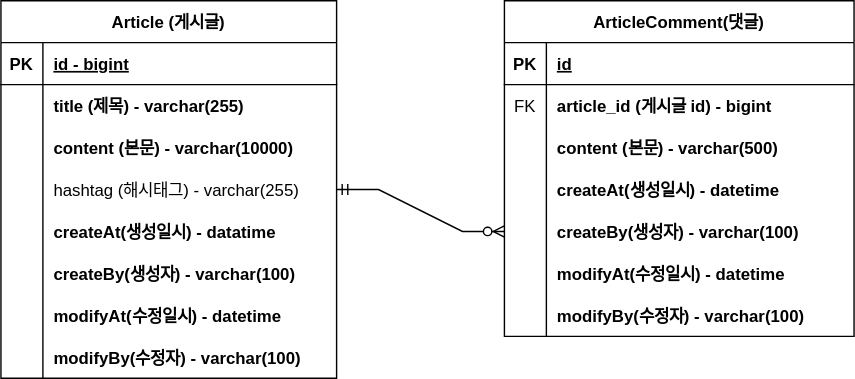
The draw.io diagram document/project-board-erd.drawio.svg in cycy6031/fastcampus-project-board, before a commit. Source tidied: cells renumbered, new cells last; positions are measured from the earlier drawing's top-left corner, leaving out a move shared by most shapes.
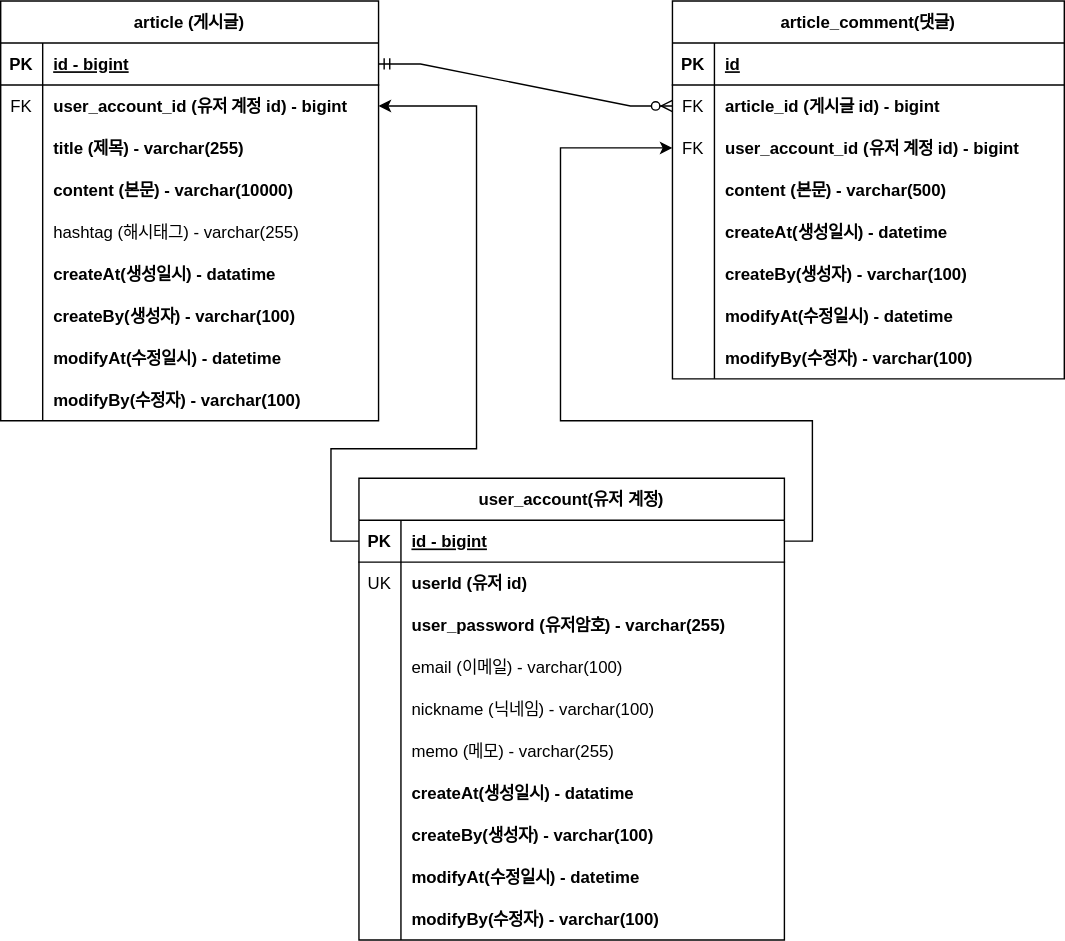
After the change.

Commit message:
# - 회원 계정 도메인 구현 및 erd 반영

The edit, as a diff of the source:
```diff
@@ -4,7 +4,7 @@
     <mxCell id="1" parent="0" />
-    <mxCell id="2" value="Article (게시글)" style="shape=table;startSize=30;rowLines=0;fontStyle=1;align=center;" parent="1" vertex="1">
-      <mxGeometry width="240" height="270" as="geometry" />
+    <mxCell id="2" value="article (게시글)" style="shape=table;startSize=30;rowLines=0;fontStyle=1;align=center;" parent="1" vertex="1">
+      <mxGeometry x="-60" width="270" height="300" as="geometry" />
     </mxCell>
     <mxCell id="3" style="shape=partialRectangle;fillColor=none;points=[[0,0.5],[1,0.5]];portConstraint=eastwest;top=0;left=0;right=0;bottom=1;" parent="2" vertex="1">
-      <mxGeometry y="30" width="240" height="30" as="geometry" />
+      <mxGeometry y="30" width="270" height="30" as="geometry" />
     </mxCell>
@@ -14,15 +14,24 @@
     <mxCell id="5" value="id - bigint" style="shape=partialRectangle;overflow=hidden;fillColor=none;top=0;left=0;bottom=0;right=0;align=left;spacingLeft=6;fontStyle=5;" parent="3" vertex="1">
-      <mxGeometry x="30" width="210" height="30" as="geometry" />
+      <mxGeometry x="30" width="240" height="30" as="geometry" />
     </mxCell>
     <mxCell id="6" style="shape=partialRectangle;fillColor=none;points=[[0,0.5],[1,0.5]];portConstraint=eastwest;top=0;left=0;right=0;bottom=0;" parent="2" vertex="1">
-      <mxGeometry y="60" width="240" height="30" as="geometry" />
+      <mxGeometry y="60" width="270" height="30" as="geometry" />
     </mxCell>
-    <mxCell id="7" style="shape=partialRectangle;overflow=hidden;fillColor=none;top=0;left=0;bottom=0;right=0;" parent="6" vertex="1">
+    <mxCell id="7" value="FK" style="shape=partialRectangle;overflow=hidden;fillColor=none;top=0;left=0;bottom=0;right=0;" parent="6" vertex="1">
       <mxGeometry width="30" height="30" as="geometry" />
     </mxCell>
-    <mxCell id="8" value="title (제목) - varchar(255)" style="shape=partialRectangle;overflow=hidden;fillColor=none;top=0;left=0;bottom=0;right=0;align=left;spacingLeft=6;fontStyle=1;" parent="6" vertex="1">
-      <mxGeometry x="30" width="210" height="30" as="geometry" />
+    <mxCell id="8" value="user_account_id (유저 계정 id) - bigint" style="shape=partialRectangle;overflow=hidden;fillColor=none;top=0;left=0;bottom=0;right=0;align=left;spacingLeft=6;fontStyle=1;" parent="6" vertex="1">
+      <mxGeometry x="30" width="240" height="30" as="geometry" />
     </mxCell>
+    <mxCell id="50" style="shape=partialRectangle;fillColor=none;top=0;left=0;right=0;bottom=0;" parent="2" vertex="1">
+      <mxGeometry y="90" width="270" height="30" as="geometry" />
+    </mxCell>
+    <mxCell id="51" style="shape=partialRectangle;overflow=hidden;fillColor=none;top=0;left=0;bottom=0;right=0;" parent="50" vertex="1">
+      <mxGeometry width="30" height="30" as="geometry" />
+    </mxCell>
+    <mxCell id="52" value="title (제목) - varchar(255)" style="shape=partialRectangle;overflow=hidden;fillColor=none;top=0;left=0;bottom=0;right=0;align=left;spacingLeft=6;fontStyle=1;" parent="50" vertex="1">
+      <mxGeometry x="30" width="240" height="30" as="geometry" />
+    </mxCell>
     <mxCell id="9" style="shape=partialRectangle;fillColor=none;top=0;left=0;right=0;bottom=0;" parent="2" vertex="1">
-      <mxGeometry y="90" width="240" height="30" as="geometry" />
+      <mxGeometry y="120" width="270" height="30" as="geometry" />
     </mxCell>
@@ -32,6 +41,6 @@
     <mxCell id="11" value="content (본문) - varchar(10000)" style="shape=partialRectangle;overflow=hidden;fillColor=none;top=0;left=0;bottom=0;right=0;align=left;spacingLeft=6;fontStyle=1;" parent="9" vertex="1">
-      <mxGeometry x="30" width="210" height="30" as="geometry" />
+      <mxGeometry x="30" width="240" height="30" as="geometry" />
     </mxCell>
     <mxCell id="12" style="shape=partialRectangle;fillColor=none;points=[[0,0.5],[1,0.5]];portConstraint=eastwest;top=0;left=0;right=0;bottom=0;" parent="2" vertex="1">
-      <mxGeometry y="120" width="240" height="30" as="geometry" />
+      <mxGeometry y="150" width="270" height="30" as="geometry" />
     </mxCell>
@@ -41,6 +50,6 @@
     <mxCell id="14" value="hashtag (해시태그) - varchar(255)" style="shape=partialRectangle;overflow=hidden;fillColor=none;top=0;left=0;bottom=0;right=0;align=left;spacingLeft=6;" parent="12" vertex="1">
-      <mxGeometry x="30" width="210" height="30" as="geometry" />
+      <mxGeometry x="30" width="240" height="30" as="geometry" />
     </mxCell>
     <mxCell id="15" style="shape=partialRectangle;fillColor=none;top=0;left=0;right=0;bottom=0;" parent="2" vertex="1">
-      <mxGeometry y="150" width="240" height="30" as="geometry" />
+      <mxGeometry y="180" width="270" height="30" as="geometry" />
     </mxCell>
@@ -50,6 +59,6 @@
     <mxCell id="17" value="createAt(생성일시) - datatime" style="shape=partialRectangle;overflow=hidden;fillColor=none;top=0;left=0;bottom=0;right=0;align=left;spacingLeft=6;fontStyle=1;" parent="15" vertex="1">
-      <mxGeometry x="30" width="210" height="30" as="geometry" />
+      <mxGeometry x="30" width="240" height="30" as="geometry" />
     </mxCell>
     <mxCell id="18" style="shape=partialRectangle;fillColor=none;top=0;left=0;right=0;bottom=0;" parent="2" vertex="1">
-      <mxGeometry y="180" width="240" height="30" as="geometry" />
+      <mxGeometry y="210" width="270" height="30" as="geometry" />
     </mxCell>
@@ -59,6 +68,6 @@
     <mxCell id="20" value="createBy(생성자) - varchar(100)" style="shape=partialRectangle;overflow=hidden;fillColor=none;top=0;left=0;bottom=0;right=0;align=left;spacingLeft=6;fontStyle=1;" parent="18" vertex="1">
-      <mxGeometry x="30" width="210" height="30" as="geometry" />
+      <mxGeometry x="30" width="240" height="30" as="geometry" />
     </mxCell>
     <mxCell id="21" style="shape=partialRectangle;fillColor=none;top=0;left=0;right=0;bottom=0;" parent="2" vertex="1">
-      <mxGeometry y="210" width="240" height="30" as="geometry" />
+      <mxGeometry y="240" width="270" height="30" as="geometry" />
     </mxCell>
@@ -68,6 +77,6 @@
     <mxCell id="23" value="modifyAt(수정일시) - datetime" style="shape=partialRectangle;overflow=hidden;fillColor=none;top=0;left=0;bottom=0;right=0;align=left;spacingLeft=6;fontStyle=1;" parent="21" vertex="1">
-      <mxGeometry x="30" width="210" height="30" as="geometry" />
+      <mxGeometry x="30" width="240" height="30" as="geometry" />
     </mxCell>
     <mxCell id="24" style="shape=partialRectangle;fillColor=none;top=0;left=0;right=0;bottom=0;" parent="2" vertex="1">
-      <mxGeometry y="240" width="240" height="30" as="geometry" />
+      <mxGeometry y="270" width="270" height="30" as="geometry" />
     </mxCell>
@@ -77,9 +86,9 @@
     <mxCell id="26" value="modifyBy(수정자) - varchar(100)" style="shape=partialRectangle;overflow=hidden;fillColor=none;top=0;left=0;bottom=0;right=0;align=left;spacingLeft=6;fontStyle=1;" parent="24" vertex="1">
-      <mxGeometry x="30" width="210" height="30" as="geometry" />
+      <mxGeometry x="30" width="240" height="30" as="geometry" />
     </mxCell>
-    <mxCell id="27" value="ArticleComment(댓글)" style="shape=table;startSize=30;rowLines=0;fontStyle=1;align=center;" parent="1" vertex="1">
-      <mxGeometry x="360" width="250" height="240" as="geometry" />
+    <mxCell id="27" value="article_comment(댓글)" style="shape=table;startSize=30;rowLines=0;fontStyle=1;align=center;" parent="1" vertex="1">
+      <mxGeometry x="420" width="280" height="270" as="geometry" />
     </mxCell>
     <mxCell id="28" style="shape=partialRectangle;fillColor=none;top=0;left=0;right=0;bottom=1;" parent="27" vertex="1">
-      <mxGeometry y="30" width="250" height="30" as="geometry" />
+      <mxGeometry y="30" width="280" height="30" as="geometry" />
     </mxCell>
@@ -89,6 +98,6 @@
     <mxCell id="30" value="id" style="shape=partialRectangle;overflow=hidden;fillColor=none;top=0;left=0;bottom=0;right=0;align=left;spacingLeft=6;fontStyle=5;" parent="28" vertex="1">
-      <mxGeometry x="30" width="220" height="30" as="geometry" />
+      <mxGeometry x="30" width="250" height="30" as="geometry" />
     </mxCell>
     <mxCell id="31" style="shape=partialRectangle;fillColor=none;points=[[0,0.5],[1,0.5]];portConstraint=eastwest;top=0;left=0;right=0;bottom=0;" parent="27" vertex="1">
-      <mxGeometry y="60" width="250" height="30" as="geometry" />
+      <mxGeometry y="60" width="280" height="30" as="geometry" />
     </mxCell>
@@ -98,6 +107,15 @@
     <mxCell id="33" value="article_id (게시글 id) - bigint" style="shape=partialRectangle;overflow=hidden;fillColor=none;top=0;left=0;bottom=0;right=0;align=left;spacingLeft=6;fontStyle=1;" parent="31" vertex="1">
-      <mxGeometry x="30" width="220" height="30" as="geometry" />
+      <mxGeometry x="30" width="250" height="30" as="geometry" />
     </mxCell>
+    <mxCell id="53" style="shape=partialRectangle;fillColor=none;points=[[0,0.5],[1,0.5]];portConstraint=eastwest;top=0;left=0;right=0;bottom=0;" parent="27" vertex="1">
+      <mxGeometry y="90" width="280" height="30" as="geometry" />
+    </mxCell>
+    <mxCell id="54" value="FK" style="shape=partialRectangle;overflow=hidden;fillColor=none;top=0;left=0;bottom=0;right=0;" parent="53" vertex="1">
+      <mxGeometry width="30" height="30" as="geometry" />
+    </mxCell>
+    <mxCell id="55" value="user_account_id (유저 계정 id) - bigint" style="shape=partialRectangle;overflow=hidden;fillColor=none;top=0;left=0;bottom=0;right=0;align=left;spacingLeft=6;fontStyle=1;" parent="53" vertex="1">
+      <mxGeometry x="30" width="250" height="30" as="geometry" />
+    </mxCell>
     <mxCell id="34" style="shape=partialRectangle;fillColor=none;top=0;left=0;right=0;bottom=0;" parent="27" vertex="1">
-      <mxGeometry y="90" width="250" height="30" as="geometry" />
+      <mxGeometry y="120" width="280" height="30" as="geometry" />
     </mxCell>
@@ -107,6 +125,6 @@
     <mxCell id="36" value="content (본문) - varchar(500)" style="shape=partialRectangle;overflow=hidden;fillColor=none;top=0;left=0;bottom=0;right=0;align=left;spacingLeft=6;fontStyle=1;" parent="34" vertex="1">
-      <mxGeometry x="30" width="220" height="30" as="geometry" />
+      <mxGeometry x="30" width="250" height="30" as="geometry" />
     </mxCell>
     <mxCell id="37" style="shape=partialRectangle;fillColor=none;top=0;left=0;right=0;bottom=0;" parent="27" vertex="1">
-      <mxGeometry y="120" width="250" height="30" as="geometry" />
+      <mxGeometry y="150" width="280" height="30" as="geometry" />
     </mxCell>
@@ -116,6 +134,6 @@
     <mxCell id="39" value="createAt(생성일시) - datetime" style="shape=partialRectangle;overflow=hidden;fillColor=none;top=0;left=0;bottom=0;right=0;align=left;spacingLeft=6;fontStyle=1;" parent="37" vertex="1">
-      <mxGeometry x="30" width="220" height="30" as="geometry" />
+      <mxGeometry x="30" width="250" height="30" as="geometry" />
     </mxCell>
     <mxCell id="40" style="shape=partialRectangle;fillColor=none;points=[[0,0.5],[1,0.5]];portConstraint=eastwest;top=0;left=0;right=0;bottom=0;" parent="27" vertex="1">
-      <mxGeometry y="150" width="250" height="30" as="geometry" />
+      <mxGeometry y="180" width="280" height="30" as="geometry" />
     </mxCell>
@@ -125,6 +143,6 @@
     <mxCell id="42" value="createBy(생성자) - varchar(100)" style="shape=partialRectangle;overflow=hidden;fillColor=none;top=0;left=0;bottom=0;right=0;align=left;spacingLeft=6;fontStyle=1;" parent="40" vertex="1">
-      <mxGeometry x="30" width="220" height="30" as="geometry" />
+      <mxGeometry x="30" width="250" height="30" as="geometry" />
     </mxCell>
     <mxCell id="43" style="shape=partialRectangle;fillColor=none;top=0;left=0;right=0;bottom=0;" parent="27" vertex="1">
-      <mxGeometry y="180" width="250" height="30" as="geometry" />
+      <mxGeometry y="210" width="280" height="30" as="geometry" />
     </mxCell>
@@ -134,6 +152,6 @@
     <mxCell id="45" value="modifyAt(수정일시) - datetime" style="shape=partialRectangle;overflow=hidden;fillColor=none;top=0;left=0;bottom=0;right=0;align=left;spacingLeft=6;fontStyle=1;" parent="43" vertex="1">
-      <mxGeometry x="30" width="220" height="30" as="geometry" />
+      <mxGeometry x="30" width="250" height="30" as="geometry" />
     </mxCell>
     <mxCell id="46" style="shape=partialRectangle;fillColor=none;top=0;left=0;right=0;bottom=0;" parent="27" vertex="1">
-      <mxGeometry y="210" width="250" height="30" as="geometry" />
+      <mxGeometry y="240" width="280" height="30" as="geometry" />
     </mxCell>
@@ -143,7 +161,120 @@
     <mxCell id="48" value="modifyBy(수정자) - varchar(100)" style="shape=partialRectangle;overflow=hidden;fillColor=none;top=0;left=0;bottom=0;right=0;align=left;spacingLeft=6;fontStyle=1;" parent="46" vertex="1">
-      <mxGeometry x="30" width="220" height="30" as="geometry" />
+      <mxGeometry x="30" width="250" height="30" as="geometry" />
     </mxCell>
-    <mxCell id="49" style="edgeStyle=entityRelationEdgeStyle;fontSize=12;html=1;endArrow=ERzeroToMany;startArrow=ERmandOne;rounded=0;exitX=1;exitY=0.5;exitDx=0;exitDy=0;entryX=0;entryY=0.5;entryDx=0;entryDy=0;" parent="1" edge="1" source="12" target="40">
+    <mxCell id="49" style="edgeStyle=entityRelationEdgeStyle;fontSize=12;html=1;endArrow=ERzeroToMany;startArrow=ERmandOne;rounded=0;exitX=1;exitY=0.5;exitDx=0;exitDy=0;entryX=0;entryY=0.5;entryDx=0;entryDy=0;" parent="1" edge="1" source="3" target="31">
       <mxGeometry relative="1" as="geometry" />
     </mxCell>
+    <mxCell id="56" value="user_account(유저 계정)" style="shape=table;startSize=30;rowLines=0;fontStyle=1;align=center;" parent="1" vertex="1">
+      <mxGeometry x="196" y="341" width="304" height="330" as="geometry" />
+    </mxCell>
+    <mxCell id="57" style="shape=partialRectangle;fillColor=none;points=[[0,0.5],[1,0.5]];portConstraint=eastwest;top=0;left=0;right=0;bottom=1;" parent="56" vertex="1">
+      <mxGeometry y="30" width="304" height="30" as="geometry" />
+    </mxCell>
+    <mxCell id="58" value="PK" style="shape=partialRectangle;overflow=hidden;fillColor=none;top=0;left=0;bottom=0;right=0;fontStyle=1;" parent="57" vertex="1">
+      <mxGeometry width="30" height="30" as="geometry" />
+    </mxCell>
+    <mxCell id="59" value="id - bigint" style="shape=partialRectangle;overflow=hidden;fillColor=none;top=0;left=0;bottom=0;right=0;align=left;spacingLeft=6;fontStyle=5;" parent="57" vertex="1">
+      <mxGeometry x="30" width="274" height="30" as="geometry" />
+    </mxCell>
+    <mxCell id="60" style="shape=partialRectangle;fillColor=none;top=0;left=0;right=0;bottom=0;" parent="56" vertex="1">
+      <mxGeometry y="60" width="304" height="30" as="geometry" />
+    </mxCell>
+    <mxCell id="61" value="UK" style="shape=partialRectangle;overflow=hidden;fillColor=none;top=0;left=0;bottom=0;right=0;" parent="60" vertex="1">
+      <mxGeometry width="30" height="30" as="geometry" />
+    </mxCell>
+    <mxCell id="62" value="userId (유저 id)" style="shape=partialRectangle;overflow=hidden;fillColor=none;top=0;left=0;bottom=0;right=0;align=left;spacingLeft=6;fontStyle=1;" parent="60" vertex="1">
+      <mxGeometry x="30" width="274" height="30" as="geometry" />
+    </mxCell>
+    <mxCell id="63" style="shape=partialRectangle;fillColor=none;top=0;left=0;right=0;bottom=0;" parent="56" vertex="1">
+      <mxGeometry y="90" width="304" height="30" as="geometry" />
+    </mxCell>
+    <mxCell id="64" style="shape=partialRectangle;overflow=hidden;fillColor=none;top=0;left=0;bottom=0;right=0;" parent="63" vertex="1">
+      <mxGeometry width="30" height="30" as="geometry" />
+    </mxCell>
+    <mxCell id="65" value="user_password (유저암호) - varchar(255)" style="shape=partialRectangle;overflow=hidden;fillColor=none;top=0;left=0;bottom=0;right=0;align=left;spacingLeft=6;fontStyle=1;" parent="63" vertex="1">
+      <mxGeometry x="30" width="274" height="30" as="geometry" />
+    </mxCell>
+    <mxCell id="66" style="shape=partialRectangle;fillColor=none;top=0;left=0;right=0;bottom=0;" parent="56" vertex="1">
+      <mxGeometry y="120" width="304" height="30" as="geometry" />
+    </mxCell>
+    <mxCell id="67" style="shape=partialRectangle;overflow=hidden;fillColor=none;top=0;left=0;bottom=0;right=0;" parent="66" vertex="1">
+      <mxGeometry width="30" height="30" as="geometry" />
+    </mxCell>
+    <mxCell id="68" value="email (이메일) - varchar(100)" style="shape=partialRectangle;overflow=hidden;fillColor=none;top=0;left=0;bottom=0;right=0;align=left;spacingLeft=6;fontStyle=0;" parent="66" vertex="1">
+      <mxGeometry x="30" width="274" height="30" as="geometry" />
+    </mxCell>
+    <mxCell id="69" style="shape=partialRectangle;fillColor=none;top=0;left=0;right=0;bottom=0;" parent="56" vertex="1">
+      <mxGeometry y="150" width="304" height="30" as="geometry" />
+    </mxCell>
+    <mxCell id="70" value="&#10;" style="shape=partialRectangle;overflow=hidden;fillColor=none;top=0;left=0;bottom=0;right=0;" parent="69" vertex="1">
+      <mxGeometry width="30" height="30" as="geometry" />
+    </mxCell>
+    <mxCell id="71" value="nickname (닉네임) - varchar(100)" style="shape=partialRectangle;overflow=hidden;fillColor=none;top=0;left=0;bottom=0;right=0;align=left;spacingLeft=6;fontStyle=0;" parent="69" vertex="1">
+      <mxGeometry x="30" width="274" height="30" as="geometry" />
+    </mxCell>
+    <mxCell id="72" style="shape=partialRectangle;fillColor=none;top=0;left=0;right=0;bottom=0;" parent="56" vertex="1">
+      <mxGeometry y="180" width="304" height="30" as="geometry" />
+    </mxCell>
+    <mxCell id="73" value="&#10;" style="shape=partialRectangle;overflow=hidden;fillColor=none;top=0;left=0;bottom=0;right=0;" parent="72" vertex="1">
+      <mxGeometry width="30" height="30" as="geometry" />
+    </mxCell>
+    <mxCell id="74" value="memo (메모) - varchar(255)" style="shape=partialRectangle;overflow=hidden;fillColor=none;top=0;left=0;bottom=0;right=0;align=left;spacingLeft=6;" parent="72" vertex="1">
+      <mxGeometry x="30" width="274" height="30" as="geometry" />
+    </mxCell>
+    <mxCell id="75" style="shape=partialRectangle;fillColor=none;top=0;left=0;right=0;bottom=0;" parent="56" vertex="1">
+      <mxGeometry y="210" width="304" height="30" as="geometry" />
+    </mxCell>
+    <mxCell id="76" value="&#10;" style="shape=partialRectangle;overflow=hidden;fillColor=none;top=0;left=0;bottom=0;right=0;" parent="75" vertex="1">
+      <mxGeometry width="30" height="30" as="geometry" />
+    </mxCell>
+    <mxCell id="77" value="createAt(생성일시) - datatime" style="shape=partialRectangle;overflow=hidden;fillColor=none;top=0;left=0;bottom=0;right=0;align=left;spacingLeft=6;fontStyle=1;" parent="75" vertex="1">
+      <mxGeometry x="30" width="274" height="30" as="geometry" />
+    </mxCell>
+    <mxCell id="78" style="shape=partialRectangle;fillColor=none;top=0;left=0;right=0;bottom=0;" parent="56" vertex="1">
+      <mxGeometry y="240" width="304" height="30" as="geometry" />
+    </mxCell>
+    <mxCell id="79" value="&#10;" style="shape=partialRectangle;overflow=hidden;fillColor=none;top=0;left=0;bottom=0;right=0;" parent="78" vertex="1">
+      <mxGeometry width="30" height="30" as="geometry" />
+    </mxCell>
+    <mxCell id="80" value="createBy(생성자) - varchar(100)" style="shape=partialRectangle;overflow=hidden;fillColor=none;top=0;left=0;bottom=0;right=0;align=left;spacingLeft=6;fontStyle=1;" parent="78" vertex="1">
+      <mxGeometry x="30" width="274" height="30" as="geometry" />
+    </mxCell>
+    <mxCell id="81" style="shape=partialRectangle;fillColor=none;top=0;left=0;right=0;bottom=0;" parent="56" vertex="1">
+      <mxGeometry y="270" width="304" height="30" as="geometry" />
+    </mxCell>
+    <mxCell id="82" value="   &#10;" style="shape=partialRectangle;overflow=hidden;fillColor=none;top=0;left=0;bottom=0;right=0;" parent="81" vertex="1">
+      <mxGeometry width="30" height="30" as="geometry" />
+    </mxCell>
+    <mxCell id="83" value="modifyAt(수정일시) - datetime" style="shape=partialRectangle;overflow=hidden;fillColor=none;top=0;left=0;bottom=0;right=0;align=left;spacingLeft=6;fontStyle=1;" parent="81" vertex="1">
+      <mxGeometry x="30" width="274" height="30" as="geometry" />
+    </mxCell>
+    <mxCell id="84" style="shape=partialRectangle;fillColor=none;top=0;left=0;right=0;bottom=0;" parent="56" vertex="1">
+      <mxGeometry y="300" width="304" height="30" as="geometry" />
+    </mxCell>
+    <mxCell id="85" value="   &#10;" style="shape=partialRectangle;overflow=hidden;fillColor=none;top=0;left=0;bottom=0;right=0;" parent="84" vertex="1">
+      <mxGeometry width="30" height="30" as="geometry" />
+    </mxCell>
+    <mxCell id="86" value="modifyBy(수정자) - varchar(100)" style="shape=partialRectangle;overflow=hidden;fillColor=none;top=0;left=0;bottom=0;right=0;align=left;spacingLeft=6;fontStyle=1;" parent="84" vertex="1">
+      <mxGeometry x="30" width="274" height="30" as="geometry" />
+    </mxCell>
+    <mxCell id="87" style="edgeStyle=orthogonalEdgeStyle;rounded=0;jettySize=auto;html=1;exitX=0;exitY=0.5;exitDx=0;exitDy=0;entryX=1;entryY=0.5;entryDx=0;entryDy=0;" parent="1" edge="1" source="57" target="6">
+      <mxGeometry relative="1" as="geometry">
+        <Array as="points">
+          <mxPoint x="176" y="386" />
+          <mxPoint x="176" y="320" />
+          <mxPoint x="280" y="320" />
+          <mxPoint x="280" y="75" />
+        </Array>
+      </mxGeometry>
+    </mxCell>
+    <mxCell id="88" style="edgeStyle=orthogonalEdgeStyle;rounded=0;jettySize=auto;html=1;exitX=1;exitY=0.5;exitDx=0;exitDy=0;entryX=0;entryY=0.5;entryDx=0;entryDy=0;" parent="1" edge="1" source="57" target="53">
+      <mxGeometry relative="1" as="geometry">
+        <Array as="points">
+          <mxPoint x="520" y="386" />
+          <mxPoint x="520" y="300" />
+          <mxPoint x="340" y="300" />
+          <mxPoint x="340" y="105" />
+        </Array>
+      </mxGeometry>
+    </mxCell>
   </root>
```
